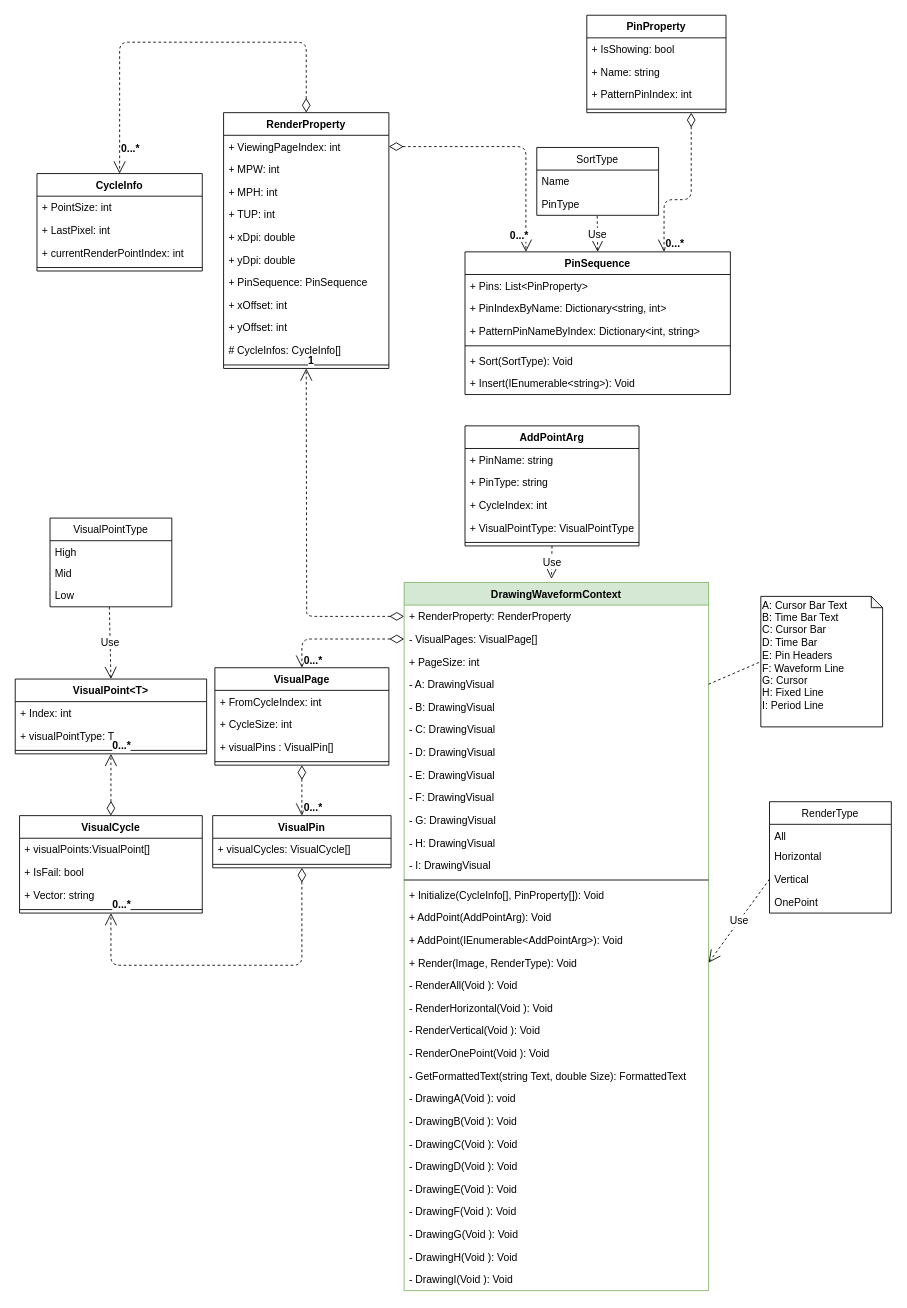
Earlier version of the draw.io diagram page "WF Class Diagram" (3 of 4) of SG9KG5/Waveform.drawio (Jasson-Chou/Software-Projects). Source tidied: cells renumbered, new cells numbered last; positions are measured from the earlier drawing's top-left corner, leaving out a move shared by most shapes. Both pictures are drawn from the tidied source at 87%, with x=0, y=0 at pixel (-23, 15).
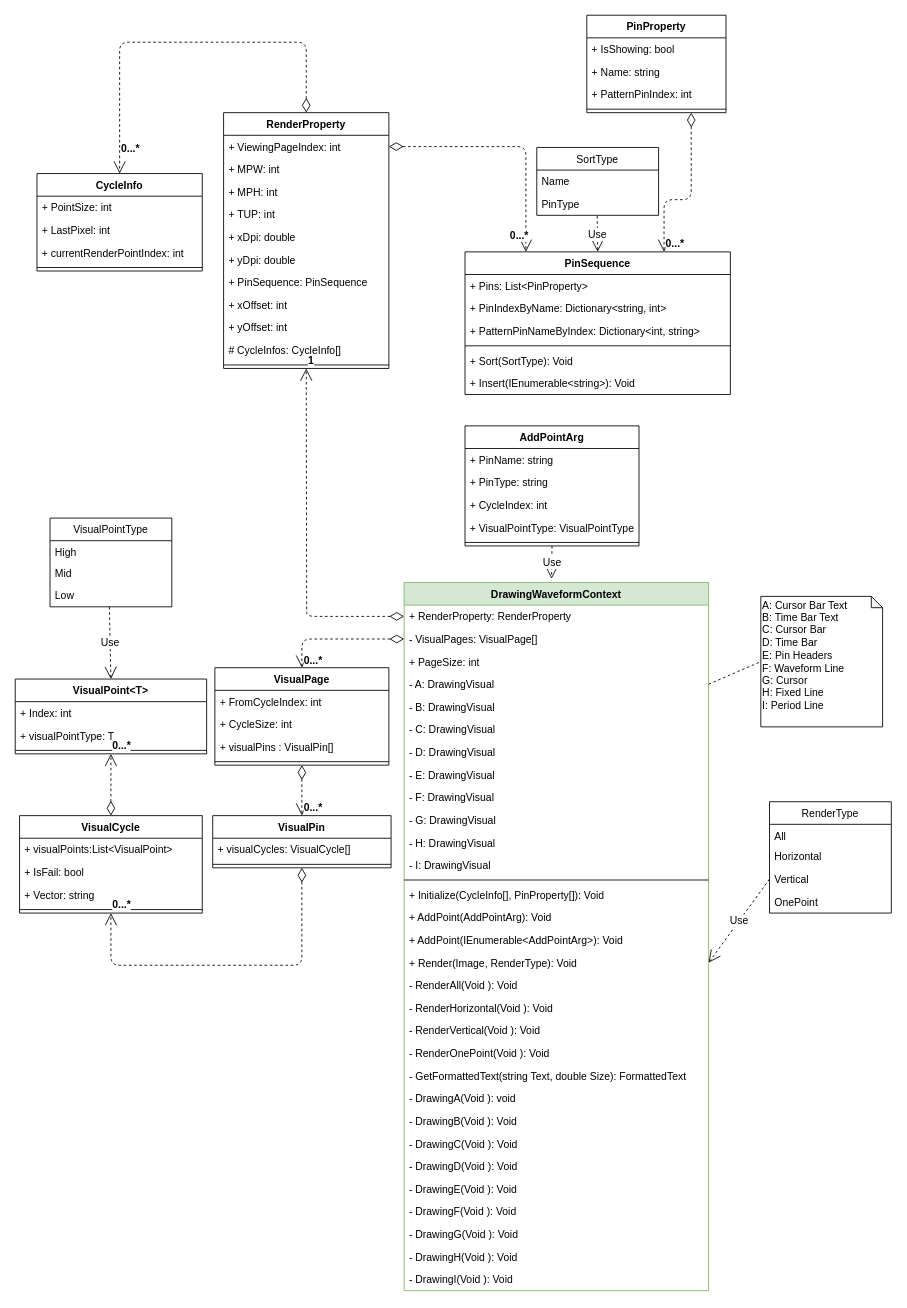
The same page after the edit.

The change refers to these unchanged cells:
```xml
<mxCell id="42" value="VisualCycle" style="swimlane;fontStyle=1;align=center;verticalAlign=top;horizontal=1;startSize=26;" parent="1" vertex="1">
  <mxGeometry x="48" y="920" width="210" height="112" as="geometry" />
</mxCell>
```

What changed in the source:
```diff
@@
-    <mxCell id="43" value="+ visualPoints:VisualPoint[]" style="text;strokeColor=none;fillColor=none;align=left;verticalAlign=top;spacingLeft=4;spacingRight=4;overflow=hidden;" parent="42" vertex="1">
+    <mxCell id="43" value="+ visualPoints:List&lt;VisualPoint&gt;" style="text;strokeColor=none;fillColor=none;align=left;verticalAlign=top;spacingLeft=4;spacingRight=4;overflow=hidden;" parent="42" vertex="1">
       <mxGeometry y="26" width="210" height="26" as="geometry" />
     </mxCell>
```
